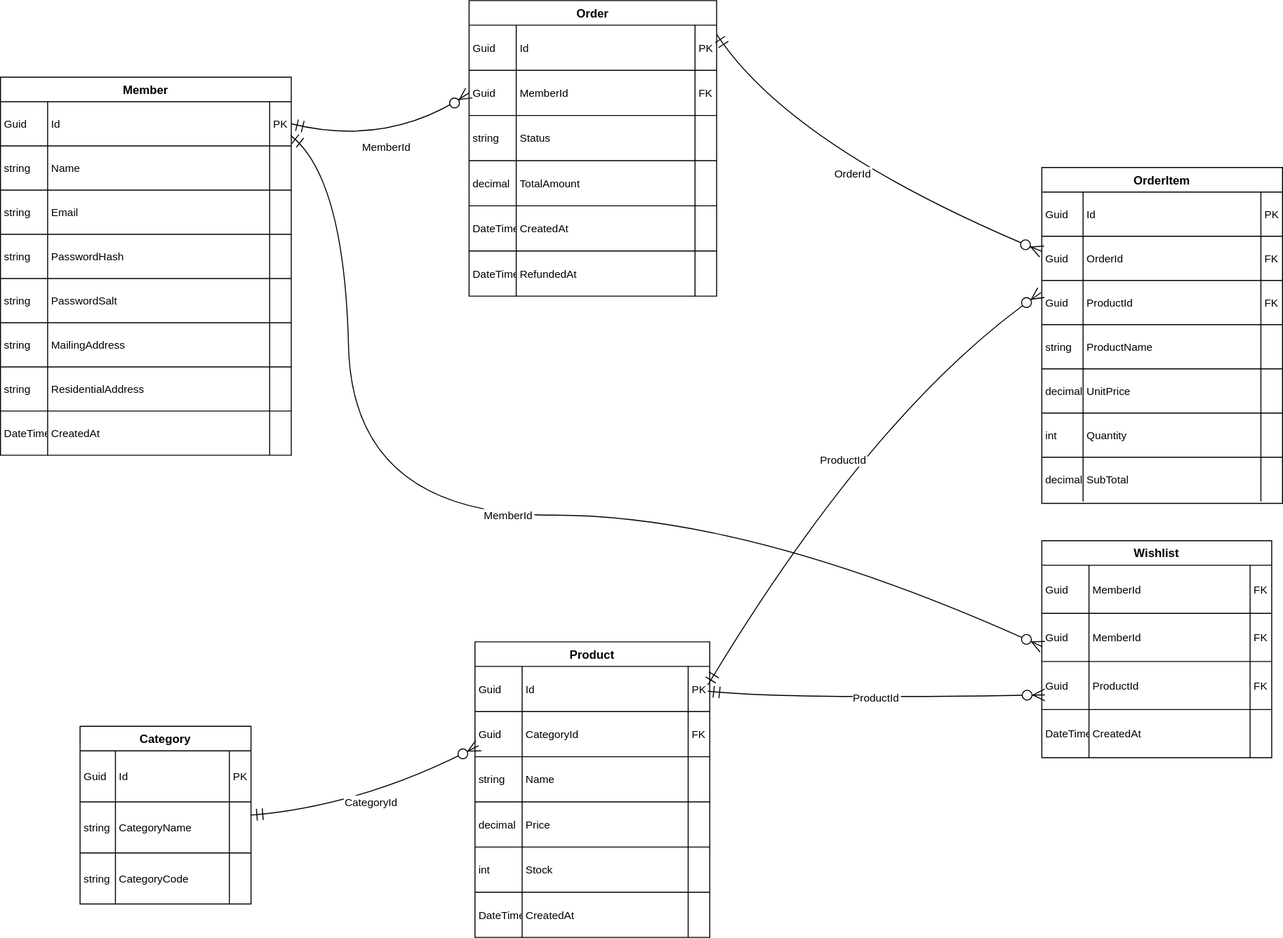
The draw.io diagram docs/資料表關聯.drawio.svg in qaz54783305/MiraiShop, before a commit. Source tidied: cells renumbered, new cells last; positions are measured from the earlier drawing's top-left corner, leaving out a move shared by most shapes.
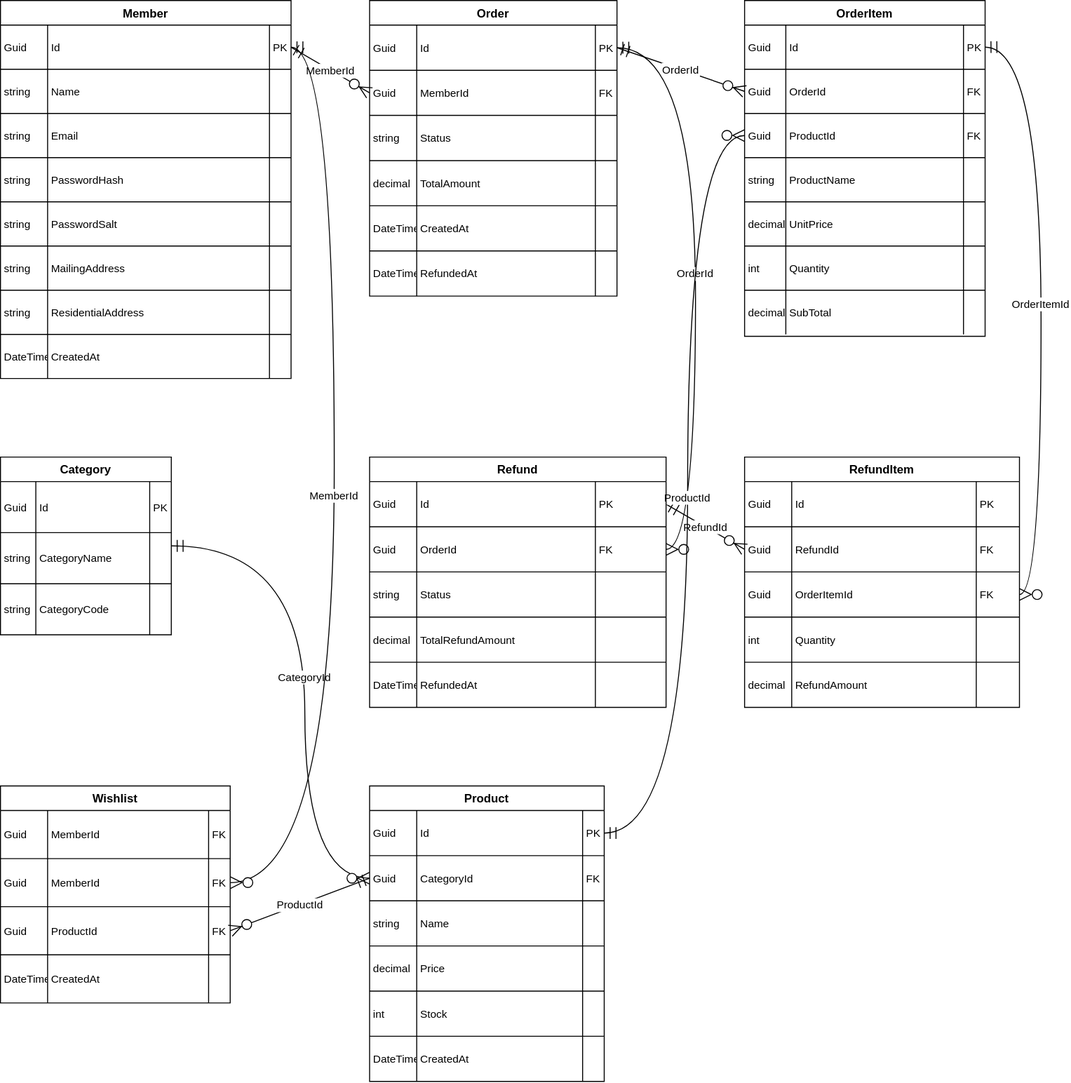
The same diagram one commit later.

Diff of the diagram source:
```diff
@@ -5,3 +5,3 @@
     <mxCell id="2" value="Member" style="shape=table;startSize=25;rowLines=1;fontStyle=1;align=center;" parent="1" vertex="1">
-      <mxGeometry y="78" width="296" height="385" as="geometry" />
+      <mxGeometry x="50" y="30" width="296" height="385" as="geometry" />
     </mxCell>
@@ -104,3 +104,3 @@
     <mxCell id="35" value="Order" style="shape=table;startSize=25;rowLines=1;fontStyle=1;align=center;" parent="1" vertex="1">
-      <mxGeometry x="477" width="252" height="301" as="geometry" />
+      <mxGeometry x="426" y="30" width="252" height="301" as="geometry" />
     </mxCell>
@@ -179,3 +179,3 @@
     <mxCell id="60" value="OrderItem" style="shape=table;startSize=25;rowLines=1;fontStyle=1;align=center;" parent="1" vertex="1">
-      <mxGeometry x="1060" y="170" width="245" height="342" as="geometry" />
+      <mxGeometry x="808" y="30" width="245" height="342" as="geometry" />
     </mxCell>
@@ -266,3 +266,3 @@
     <mxCell id="89" value="Product" style="shape=table;startSize=25;rowLines=1;fontStyle=1;align=center;" parent="1" vertex="1">
-      <mxGeometry x="483" y="653" width="239" height="301" as="geometry" />
+      <mxGeometry x="426" y="830" width="239" height="301" as="geometry" />
     </mxCell>
@@ -341,3 +341,3 @@
     <mxCell id="114" value="Category" style="shape=table;startSize=25;rowLines=1;fontStyle=1;align=center;" parent="1" vertex="1">
-      <mxGeometry x="81" y="739" width="174" height="181" as="geometry" />
+      <mxGeometry x="50" y="495" width="174" height="181" as="geometry" />
     </mxCell>
@@ -380,3 +380,3 @@
     <mxCell id="127" value="Wishlist" style="shape=table;startSize=25;rowLines=1;fontStyle=1;align=center;" parent="1" vertex="1">
-      <mxGeometry x="1060" y="550" width="234" height="221" as="geometry" />
+      <mxGeometry x="50" y="830" width="234" height="221" as="geometry" />
     </mxCell>
@@ -430,21 +430,95 @@
     </mxCell>
+    <mxCell id="150" value="RefundItem" style="shape=table;startSize=25;rowLines=1;fontStyle=1;align=center;" parent="1" vertex="1">
+      <mxGeometry x="808" y="495" width="280" height="255" as="geometry" />
+    </mxCell>
+    <mxCell id="151" style="shape=tableRow;horizontal=0;startSize=0;swimlaneHead=0;swimlaneBody=0;fillColor=none;top=0;left=0;right=0;bottom=0;" parent="150" vertex="1">
+      <mxGeometry y="25" width="280" height="46" as="geometry" />
+    </mxCell>
+    <mxCell id="152" value="Guid" style="shape=partialRectangle;fillColor=none;top=0;left=0;bottom=0;right=0;align=left;spacingLeft=2;overflow=hidden;fontSize=11;" parent="151" vertex="1">
+      <mxGeometry width="48" height="46" as="geometry" />
+    </mxCell>
+    <mxCell id="153" value="Id" style="shape=partialRectangle;fillColor=none;top=0;left=0;bottom=0;right=0;align=left;spacingLeft=2;overflow=hidden;fontSize=11;" parent="151" vertex="1">
+      <mxGeometry x="48" width="188" height="46" as="geometry" />
+    </mxCell>
+    <mxCell id="154" value="PK" style="shape=partialRectangle;fillColor=none;top=0;left=0;bottom=0;right=0;align=left;spacingLeft=2;overflow=hidden;fontSize=11;" parent="151" vertex="1">
+      <mxGeometry x="236" width="44" height="46" as="geometry" />
+    </mxCell>
+    <mxCell id="155" style="shape=tableRow;horizontal=0;startSize=0;swimlaneHead=0;swimlaneBody=0;fillColor=none;points=[[0,0.5],[1,0.5]];portConstraint=eastwest;top=0;left=0;right=0;bottom=0;" parent="150" vertex="1">
+      <mxGeometry y="71" width="280" height="46" as="geometry" />
+    </mxCell>
+    <mxCell id="156" value="Guid" style="shape=partialRectangle;fillColor=none;top=0;left=0;bottom=0;right=0;align=left;spacingLeft=2;overflow=hidden;fontSize=11;" parent="155" vertex="1">
+      <mxGeometry width="48" height="46" as="geometry" />
+    </mxCell>
+    <mxCell id="157" value="RefundId" style="shape=partialRectangle;fillColor=none;top=0;left=0;bottom=0;right=0;align=left;spacingLeft=2;overflow=hidden;fontSize=11;" parent="155" vertex="1">
+      <mxGeometry x="48" width="188" height="46" as="geometry" />
+    </mxCell>
+    <mxCell id="158" value="FK" style="shape=partialRectangle;fillColor=none;top=0;left=0;bottom=0;right=0;align=left;spacingLeft=2;overflow=hidden;fontSize=11;" parent="155" vertex="1">
+      <mxGeometry x="236" width="44" height="46" as="geometry" />
+    </mxCell>
+    <mxCell id="159" style="shape=tableRow;horizontal=0;startSize=0;swimlaneHead=0;swimlaneBody=0;fillColor=none;points=[[0,0.5],[1,0.5]];portConstraint=eastwest;top=0;left=0;right=0;bottom=0;" parent="150" vertex="1">
+      <mxGeometry y="117" width="280" height="46" as="geometry" />
+    </mxCell>
+    <mxCell id="160" value="Guid" style="shape=partialRectangle;fillColor=none;top=0;left=0;bottom=0;right=0;align=left;spacingLeft=2;overflow=hidden;fontSize=11;" parent="159" vertex="1">
+      <mxGeometry width="48" height="46" as="geometry" />
+    </mxCell>
+    <mxCell id="161" value="OrderItemId" style="shape=partialRectangle;fillColor=none;top=0;left=0;bottom=0;right=0;align=left;spacingLeft=2;overflow=hidden;fontSize=11;" parent="159" vertex="1">
+      <mxGeometry x="48" width="188" height="46" as="geometry" />
+    </mxCell>
+    <mxCell id="162" value="FK" style="shape=partialRectangle;fillColor=none;top=0;left=0;bottom=0;right=0;align=left;spacingLeft=2;overflow=hidden;fontSize=11;" parent="159" vertex="1">
+      <mxGeometry x="236" width="44" height="46" as="geometry" />
+    </mxCell>
+    <mxCell id="163" style="shape=tableRow;horizontal=0;startSize=0;swimlaneHead=0;swimlaneBody=0;fillColor=none;top=0;left=0;right=0;bottom=0;" parent="150" vertex="1">
+      <mxGeometry y="163" width="280" height="46" as="geometry" />
+    </mxCell>
+    <mxCell id="164" value="int" style="shape=partialRectangle;fillColor=none;top=0;left=0;bottom=0;right=0;align=left;spacingLeft=2;overflow=hidden;fontSize=11;" parent="163" vertex="1">
+      <mxGeometry width="48" height="46" as="geometry" />
+    </mxCell>
+    <mxCell id="165" value="Quantity" style="shape=partialRectangle;fillColor=none;top=0;left=0;bottom=0;right=0;align=left;spacingLeft=2;overflow=hidden;fontSize=11;" parent="163" vertex="1">
+      <mxGeometry x="48" width="188" height="46" as="geometry" />
+    </mxCell>
+    <mxCell id="166" style="shape=partialRectangle;fillColor=none;top=0;left=0;bottom=0;right=0;align=left;spacingLeft=2;overflow=hidden;fontSize=11;" parent="163" vertex="1">
+      <mxGeometry x="236" width="44" height="46" as="geometry" />
+    </mxCell>
+    <mxCell id="167" style="shape=tableRow;horizontal=0;startSize=0;swimlaneHead=0;swimlaneBody=0;fillColor=none;top=0;left=0;right=0;bottom=0;" parent="150" vertex="1">
+      <mxGeometry y="209" width="280" height="46" as="geometry" />
+    </mxCell>
+    <mxCell id="168" value="decimal" style="shape=partialRectangle;fillColor=none;top=0;left=0;bottom=0;right=0;align=left;spacingLeft=2;overflow=hidden;fontSize=11;" parent="167" vertex="1">
+      <mxGeometry width="48" height="46" as="geometry" />
+    </mxCell>
+    <mxCell id="169" value="RefundAmount" style="shape=partialRectangle;fillColor=none;top=0;left=0;bottom=0;right=0;align=left;spacingLeft=2;overflow=hidden;fontSize=11;" parent="167" vertex="1">
+      <mxGeometry x="48" width="188" height="46" as="geometry" />
+    </mxCell>
+    <mxCell id="170" style="shape=partialRectangle;fillColor=none;top=0;left=0;bottom=0;right=0;align=left;spacingLeft=2;overflow=hidden;fontSize=11;" parent="167" vertex="1">
+      <mxGeometry x="236" width="44" height="46" as="geometry" />
+    </mxCell>
+    <mxCell id="171" value="RefundId" style="curved=1;startArrow=ERmandOne;startSize=10;endArrow=ERzeroToMany;endSize=10;exitX=1;exitY=0.5;entryX=0;entryY=0.5;rounded=0;" parent="1" edge="1" source="175" target="155">
+      <mxGeometry relative="1" as="geometry" />
+    </mxCell>
+    <mxCell id="172" value="OrderItemId" style="curved=1;startArrow=ERmandOne;startSize=10;endArrow=ERzeroToMany;endSize=10;exitX=1;exitY=0.5;entryX=1;entryY=0.5;rounded=0;" parent="1" edge="1" source="61" target="159">
+      <mxGeometry relative="1" as="geometry">
+        <Array as="points">
+          <mxPoint x="1110" y="77" />
+          <mxPoint x="1110" y="635" />
+        </Array>
+      </mxGeometry>
+    </mxCell>
+    <mxCell id="173" value="OrderId" style="curved=1;startArrow=ERmandOne;startSize=10;endArrow=ERzeroToMany;endSize=10;exitX=1;exitY=0.5;entryX=1;entryY=0.5;rounded=0;" parent="1" edge="1" source="36" target="179">
+      <mxGeometry relative="1" as="geometry">
+        <Array as="points">
+          <mxPoint x="758" y="78" />
+          <mxPoint x="758" y="589" />
+        </Array>
+      </mxGeometry>
+    </mxCell>
-    <mxCell id="144" value="MemberId" style="curved=1;startArrow=ERmandOne;startSize=10;endArrow=ERzeroToMany;endSize=10;exitX=1;exitY=0.5;entryX=0;entryY=0.5;rounded=0;entryDx=0;entryDy=0;exitDx=0;exitDy=0;" parent="1" edge="1" source="3" target="40">
-      <mxGeometry relative="1" as="geometry">
-        <Array as="points">
-          <mxPoint x="396" y="150" />
-        </Array>
-      </mxGeometry>
+    <mxCell id="144" value="MemberId" style="curved=1;startArrow=ERmandOne;startSize=10;endArrow=ERzeroToMany;endSize=10;exitX=1;exitY=0.5;entryX=0;entryY=0.5;rounded=0;" parent="1" edge="1" source="3" target="40">
+      <mxGeometry relative="1" as="geometry" />
     </mxCell>
-    <mxCell id="145" value="OrderId" style="curved=1;startArrow=ERmandOne;startSize=10;endArrow=ERzeroToMany;endSize=10;exitX=1.001;exitY=0.21;entryX=0;entryY=0.25;rounded=0;exitDx=0;exitDy=0;exitPerimeter=0;" parent="1" edge="1" source="36" target="60">
-      <mxGeometry relative="1" as="geometry">
-        <Array as="points">
-          <mxPoint x="805" y="150" />
-        </Array>
-      </mxGeometry>
+    <mxCell id="145" value="OrderId" style="curved=1;startArrow=ERmandOne;startSize=10;endArrow=ERzeroToMany;endSize=10;exitX=1;exitY=0.5;entryX=0;entryY=0.5;rounded=0;" parent="1" edge="1" source="36" target="65">
+      <mxGeometry relative="1" as="geometry" />
     </mxCell>
-    <mxCell id="146" value="ProductId" style="curved=1;startArrow=ERmandOne;startSize=10;endArrow=ERzeroToMany;endSize=10;entryX=-0.003;entryY=0.274;rounded=0;entryDx=0;entryDy=0;entryPerimeter=0;" parent="1" edge="1" target="69">
+    <mxCell id="146" value="ProductId" style="curved=1;startArrow=ERmandOne;startSize=10;endArrow=ERzeroToMany;endSize=10;exitX=1;exitY=0.5;entryX=0;entryY=0.5;rounded=0;" parent="1" edge="1" source="90" target="69">
       <mxGeometry relative="1" as="geometry">
-        <mxPoint x="720" y="697" as="sourcePoint" />
         <Array as="points">
-          <mxPoint x="891.5" y="412" />
+          <mxPoint x="750" y="878" />
+          <mxPoint x="750" y="167" />
         </Array>
@@ -452,6 +526,7 @@
     </mxCell>
-    <mxCell id="147" value="CategoryId" style="curved=1;startArrow=ERmandOne;startSize=10;endArrow=ERzeroToMany;endSize=10;exitX=1;exitY=0.5;entryX=0.015;entryY=0.754;rounded=0;entryDx=0;entryDy=0;entryPerimeter=0;" parent="1" edge="1" source="114" target="94">
+    <mxCell id="147" value="CategoryId" style="curved=1;startArrow=ERmandOne;startSize=10;endArrow=ERzeroToMany;endSize=10;exitX=1;exitY=0.5;entryX=0;entryY=0.5;rounded=0;" parent="1" edge="1" source="114" target="94">
       <mxGeometry relative="1" as="geometry">
         <Array as="points">
-          <mxPoint x="370" y="820" />
+          <mxPoint x="360" y="585" />
+          <mxPoint x="360" y="924" />
         </Array>
@@ -459,8 +534,7 @@
     </mxCell>
-    <mxCell id="148" value="MemberId" style="curved=1;startArrow=ERmandOne;startSize=10;endArrow=ERzeroToMany;endSize=10;exitX=0.998;exitY=0.763;entryX=0.003;entryY=0.694;rounded=0;exitDx=0;exitDy=0;exitPerimeter=0;entryDx=0;entryDy=0;entryPerimeter=0;" parent="1" edge="1" source="3" target="132">
+    <mxCell id="148" value="MemberId" style="curved=1;startArrow=ERmandOne;startSize=10;endArrow=ERzeroToMany;endSize=10;exitX=1;exitY=0.5;entryX=1;entryY=0.5;rounded=0;" parent="1" edge="1" source="3" target="132">
       <mxGeometry relative="1" as="geometry">
         <Array as="points">
-          <mxPoint x="350" y="180" />
-          <mxPoint x="358.6" y="524" />
-          <mxPoint x="767.6" y="524" />
+          <mxPoint x="390" y="78" />
+          <mxPoint x="390" y="928" />
         </Array>
@@ -468,10 +542,68 @@
     </mxCell>
-    <mxCell id="149" value="ProductId" style="curved=1;startArrow=ERmandOne;startSize=10;endArrow=ERzeroToMany;endSize=10;exitX=1;exitY=0.54;entryX=0.013;entryY=0.694;rounded=0;entryDx=0;entryDy=0;entryPerimeter=0;" parent="1" edge="1" target="136">
-      <mxGeometry relative="1" as="geometry">
-        <mxPoint x="720" y="703.3" as="sourcePoint" />
-        <Array as="points">
-          <mxPoint x="803" y="711.7" />
-        </Array>
-      </mxGeometry>
+    <mxCell id="149" value="ProductId" style="curved=1;startArrow=ERmandOne;startSize=10;endArrow=ERzeroToMany;endSize=10;exitX=0;exitY=0.5;entryX=1;entryY=0.5;rounded=0;" parent="1" edge="1" source="94" target="136">
+      <mxGeometry relative="1" as="geometry" />
     </mxCell>
+    <mxCell id="174" value="Refund" style="shape=table;startSize=25;rowLines=1;fontStyle=1;align=center;" parent="1" vertex="1">
+      <mxGeometry x="426" y="495" width="302" height="255" as="geometry" />
+    </mxCell>
+    <mxCell id="175" style="shape=tableRow;horizontal=0;startSize=0;swimlaneHead=0;swimlaneBody=0;fillColor=none;points=[[0,0.5],[1,0.5]];portConstraint=eastwest;top=0;left=0;right=0;bottom=0;" parent="174" vertex="1">
+      <mxGeometry y="25" width="302" height="46" as="geometry" />
+    </mxCell>
+    <mxCell id="176" value="Guid" style="shape=partialRectangle;fillColor=none;top=0;left=0;bottom=0;right=0;align=left;spacingLeft=2;overflow=hidden;fontSize=11;" parent="175" vertex="1">
+      <mxGeometry width="48" height="46" as="geometry" />
+    </mxCell>
+    <mxCell id="177" value="Id" style="shape=partialRectangle;fillColor=none;top=0;left=0;bottom=0;right=0;align=left;spacingLeft=2;overflow=hidden;fontSize=11;" parent="175" vertex="1">
+      <mxGeometry x="48" width="182" height="46" as="geometry" />
+    </mxCell>
+    <mxCell id="178" value="PK" style="shape=partialRectangle;fillColor=none;top=0;left=0;bottom=0;right=0;align=left;spacingLeft=2;overflow=hidden;fontSize=11;" parent="175" vertex="1">
+      <mxGeometry x="230" width="72" height="46" as="geometry" />
+    </mxCell>
+    <mxCell id="179" style="shape=tableRow;horizontal=0;startSize=0;swimlaneHead=0;swimlaneBody=0;fillColor=none;points=[[0,0.5],[1,0.5]];portConstraint=eastwest;top=0;left=0;right=0;bottom=0;" parent="174" vertex="1">
+      <mxGeometry y="71" width="302" height="46" as="geometry" />
+    </mxCell>
+    <mxCell id="180" value="Guid" style="shape=partialRectangle;fillColor=none;top=0;left=0;bottom=0;right=0;align=left;spacingLeft=2;overflow=hidden;fontSize=11;" parent="179" vertex="1">
+      <mxGeometry width="48" height="46" as="geometry" />
+    </mxCell>
+    <mxCell id="181" value="OrderId" style="shape=partialRectangle;fillColor=none;top=0;left=0;bottom=0;right=0;align=left;spacingLeft=2;overflow=hidden;fontSize=11;" parent="179" vertex="1">
+      <mxGeometry x="48" width="182" height="46" as="geometry" />
+    </mxCell>
+    <mxCell id="182" value="FK" style="shape=partialRectangle;fillColor=none;top=0;left=0;bottom=0;right=0;align=left;spacingLeft=2;overflow=hidden;fontSize=11;" parent="179" vertex="1">
+      <mxGeometry x="230" width="72" height="46" as="geometry" />
+    </mxCell>
+    <mxCell id="183" style="shape=tableRow;horizontal=0;startSize=0;swimlaneHead=0;swimlaneBody=0;fillColor=none;top=0;left=0;right=0;bottom=0;" parent="174" vertex="1">
+      <mxGeometry y="117" width="302" height="46" as="geometry" />
+    </mxCell>
+    <mxCell id="184" value="string" style="shape=partialRectangle;fillColor=none;top=0;left=0;bottom=0;right=0;align=left;spacingLeft=2;overflow=hidden;fontSize=11;" parent="183" vertex="1">
+      <mxGeometry width="48" height="46" as="geometry" />
+    </mxCell>
+    <mxCell id="185" value="Status" style="shape=partialRectangle;fillColor=none;top=0;left=0;bottom=0;right=0;align=left;spacingLeft=2;overflow=hidden;fontSize=11;" parent="183" vertex="1">
+      <mxGeometry x="48" width="182" height="46" as="geometry" />
+    </mxCell>
+    <mxCell id="186" style="shape=partialRectangle;fillColor=none;top=0;left=0;bottom=0;right=0;align=left;spacingLeft=2;overflow=hidden;fontSize=11;" parent="183" vertex="1">
+      <mxGeometry x="230" width="72" height="46" as="geometry" />
+    </mxCell>
+    <mxCell id="187" style="shape=tableRow;horizontal=0;startSize=0;swimlaneHead=0;swimlaneBody=0;fillColor=none;top=0;left=0;right=0;bottom=0;" parent="174" vertex="1">
+      <mxGeometry y="163" width="302" height="46" as="geometry" />
+    </mxCell>
+    <mxCell id="188" value="decimal" style="shape=partialRectangle;fillColor=none;top=0;left=0;bottom=0;right=0;align=left;spacingLeft=2;overflow=hidden;fontSize=11;" parent="187" vertex="1">
+      <mxGeometry width="48" height="46" as="geometry" />
+    </mxCell>
+    <mxCell id="189" value="TotalRefundAmount" style="shape=partialRectangle;fillColor=none;top=0;left=0;bottom=0;right=0;align=left;spacingLeft=2;overflow=hidden;fontSize=11;" parent="187" vertex="1">
+      <mxGeometry x="48" width="182" height="46" as="geometry" />
+    </mxCell>
+    <mxCell id="190" style="shape=partialRectangle;fillColor=none;top=0;left=0;bottom=0;right=0;align=left;spacingLeft=2;overflow=hidden;fontSize=11;" parent="187" vertex="1">
+      <mxGeometry x="230" width="72" height="46" as="geometry" />
+    </mxCell>
+    <mxCell id="191" style="shape=tableRow;horizontal=0;startSize=0;swimlaneHead=0;swimlaneBody=0;fillColor=none;top=0;left=0;right=0;bottom=0;" parent="174" vertex="1">
+      <mxGeometry y="209" width="302" height="46" as="geometry" />
+    </mxCell>
+    <mxCell id="192" value="DateTime" style="shape=partialRectangle;fillColor=none;top=0;left=0;bottom=0;right=0;align=left;spacingLeft=2;overflow=hidden;fontSize=11;" parent="191" vertex="1">
+      <mxGeometry width="48" height="46" as="geometry" />
+    </mxCell>
+    <mxCell id="193" value="RefundedAt" style="shape=partialRectangle;fillColor=none;top=0;left=0;bottom=0;right=0;align=left;spacingLeft=2;overflow=hidden;fontSize=11;" parent="191" vertex="1">
+      <mxGeometry x="48" width="182" height="46" as="geometry" />
+    </mxCell>
+    <mxCell id="194" style="shape=partialRectangle;fillColor=none;top=0;left=0;bottom=0;right=0;align=left;spacingLeft=2;overflow=hidden;fontSize=11;" parent="191" vertex="1">
+      <mxGeometry x="230" width="72" height="46" as="geometry" />
+    </mxCell>
   </root>
```
